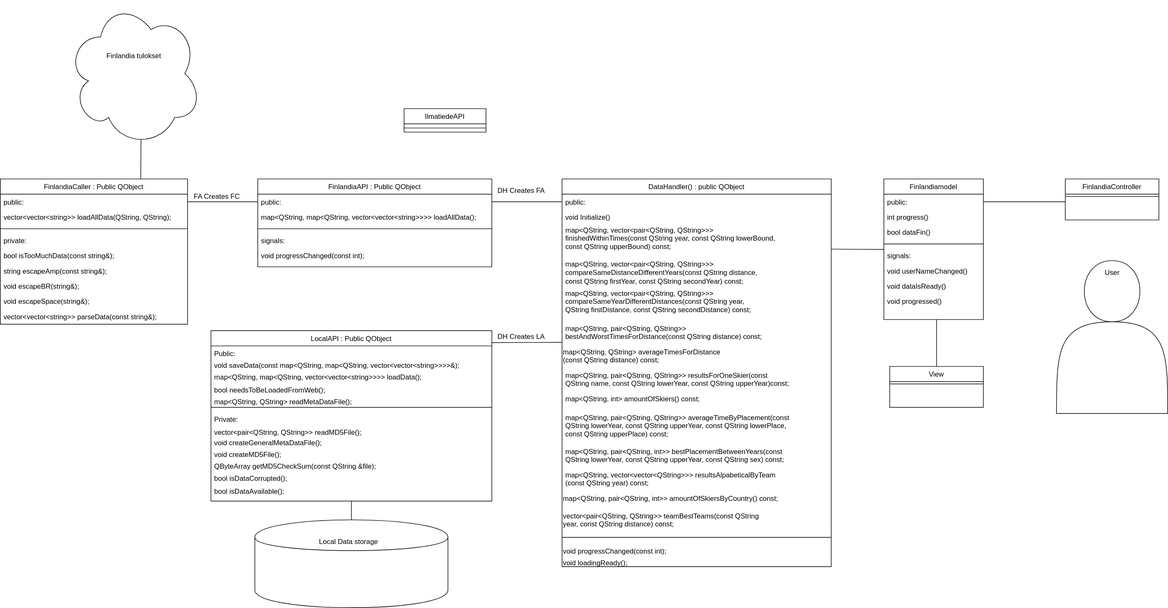
Before: Documentation/Finlandia.svg, a diagram exported from draw.io (vikidi/Finlandia-Hiihto-Visual). Source tidied: cells renumbered, new cells last; positions are measured from the earlier drawing's top-left corner, leaving out a move shared by most shapes.
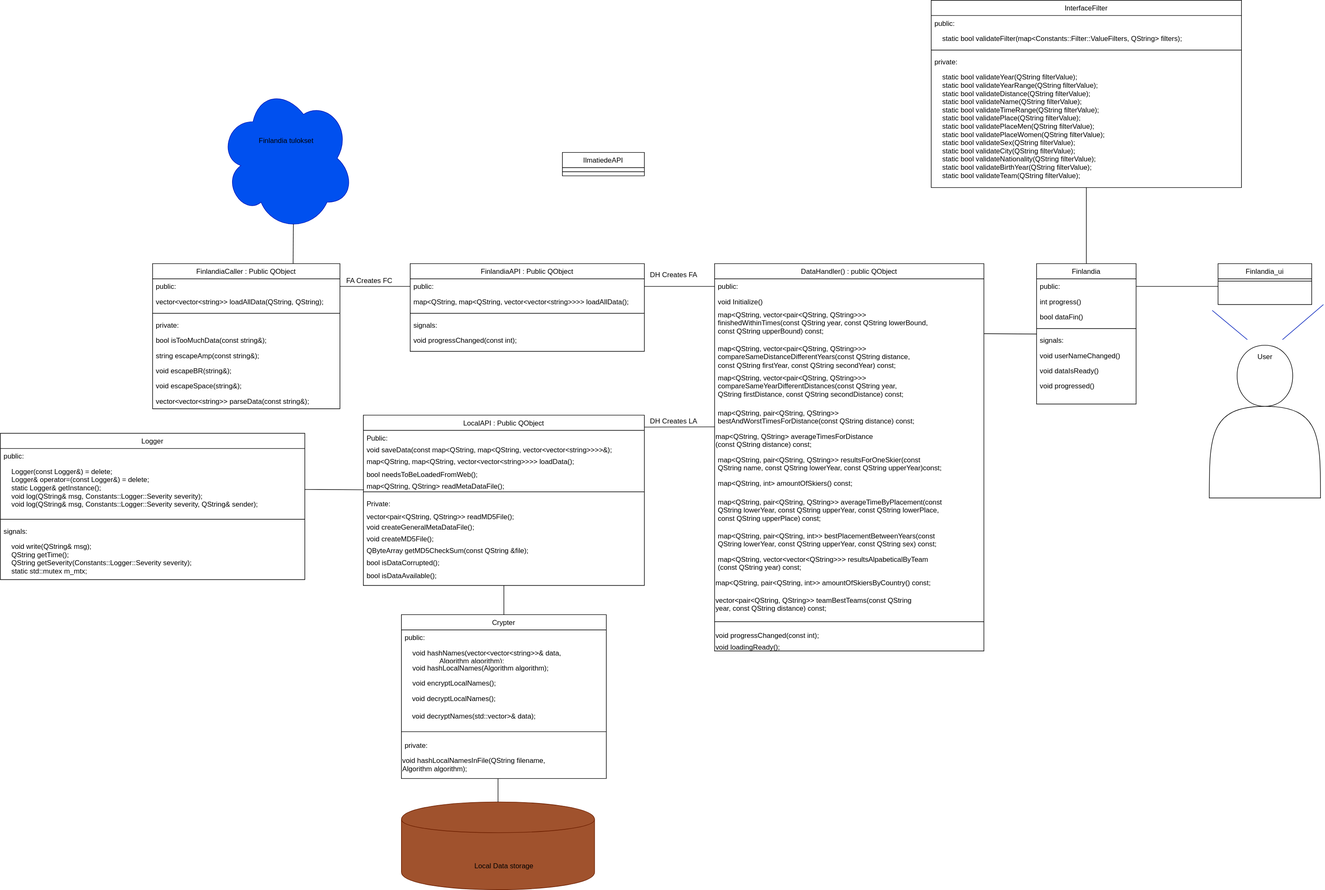
Above is the later version.

What changed in the source:
```diff
@@ -2,7 +2,7 @@
   <root>
     <mxCell id="0" />
     <mxCell id="1" parent="0" />
-    <mxCell id="2" value="Finlandiamodel" style="swimlane;fontStyle=0;align=center;verticalAlign=top;horizontal=1;startSize=26;rounded=0;shadow=0;strokeWidth=1;" parent="1" vertex="1">
+    <mxCell id="2" value="Finlandia" style="swimlane;fontStyle=0;align=center;verticalAlign=top;horizontal=1;startSize=26;rounded=0;shadow=0;strokeWidth=1;" parent="1" vertex="1">
       <mxGeometry x="1510" y="305" width="170" height="240" as="geometry" />
     </mxCell>
     <mxCell id="3" value="public:" style="text;align=left;verticalAlign=top;spacingLeft=4;spacingRight=4;overflow=hidden;points=[[0,0.5],[1,0.5]];portConstraint=eastwest;" parent="2" vertex="1">
@@ -71,7 +71,7 @@
     <mxCell id="24" value="    bool isDataAvailable();" style="text;align=left;verticalAlign=top;spacingLeft=4;spacingRight=4;overflow=hidden;" parent="11" vertex="1">
       <mxGeometry y="261" width="480" height="23" as="geometry" />
     </mxCell>
-    <mxCell id="25" value="FinlandiaController" style="swimlane;fontStyle=0;align=center;verticalAlign=top;horizontal=1;startSize=26;rounded=0;shadow=0;strokeWidth=1;" parent="1" vertex="1">
+    <mxCell id="25" value="Finlandia_ui" style="swimlane;fontStyle=0;align=center;verticalAlign=top;horizontal=1;startSize=26;rounded=0;shadow=0;strokeWidth=1;" parent="1" vertex="1">
       <mxGeometry x="1820" y="305" width="160" height="70" as="geometry" />
     </mxCell>
     <mxCell id="26" style="line;html=1;strokeWidth=1;align=left;verticalAlign=middle;spacingTop=-1;spacingLeft=3;spacingRight=3;labelPosition=right;" parent="25" vertex="1">
@@ -131,11 +131,11 @@
     <mxCell id="44" value="void loadingReady();" style="text;html=1;" parent="27" vertex="1">
       <mxGeometry y="642" width="460" height="20" as="geometry" />
     </mxCell>
-    <mxCell id="45" style="shape=cylinder;whiteSpace=wrap;html=1;boundedLbl=1;backgroundOutline=1;" parent="1" vertex="1">
-      <mxGeometry x="435" y="887" width="330" height="150" as="geometry" />
+    <mxCell id="45" style="shape=cylinder;whiteSpace=wrap;html=1;boundedLbl=1;backgroundOutline=1;fillColor=#a0522d;strokeColor=#6D1F00;fontColor=#ffffff;" parent="1" vertex="1">
+      <mxGeometry x="425" y="1225" width="330" height="150" as="geometry" />
     </mxCell>
     <mxCell id="46" value="Local Data storage" style="text;html=1;align=center;verticalAlign=middle;" parent="1" vertex="1">
-      <mxGeometry x="535" y="915" width="120" height="20" as="geometry" />
+      <mxGeometry x="540" y="1325" width="120" height="20" as="geometry" />
     </mxCell>
     <mxCell id="47" value="FinlandiaAPI : Public QObject" style="swimlane;fontStyle=0;align=center;verticalAlign=top;horizontal=1;startSize=26;rounded=0;shadow=0;strokeWidth=1;" parent="1" vertex="1">
       <mxGeometry x="440" y="305" width="400" height="150" as="geometry" />
@@ -185,13 +185,7 @@
     <mxCell id="62" value="    vector&lt;vector&lt;string&gt;&gt; parseData(const string&amp;);" style="text;align=left;verticalAlign=top;spacingLeft=4;spacingRight=4;overflow=hidden;rounded=0;shadow=0;html=0;" parent="53" vertex="1">
       <mxGeometry y="222" width="320" height="26" as="geometry" />
     </mxCell>
-    <mxCell id="63" value="IlmatiedeAPI" style="swimlane;fontStyle=0;align=center;verticalAlign=top;horizontal=1;startSize=26;rounded=0;shadow=0;strokeWidth=1;" parent="1" vertex="1">
-      <mxGeometry x="690" y="185" width="140" height="40" as="geometry" />
-    </mxCell>
-    <mxCell id="64" style="line;html=1;strokeWidth=1;align=left;verticalAlign=middle;spacingTop=-1;spacingLeft=3;spacingRight=3;labelPosition=right;" parent="63" vertex="1">
-      <mxGeometry y="26" width="140" height="14" as="geometry" />
-    </mxCell>
-    <mxCell id="65" style="endArrow=none;html=1;entryX=0.5;entryY=0;entryDx=0;entryDy=0;exitX=0.5;exitY=1;exitDx=0;exitDy=0;" parent="1" edge="1" source="11" target="45">
+    <mxCell id="65" style="endArrow=none;html=1;exitX=0.5;exitY=1;exitDx=0;exitDy=0;entryX=0.5;entryY=0;entryDx=0;entryDy=0;" parent="1" edge="1" source="11" target="82">
       <mxGeometry relative="1" as="geometry" />
     </mxCell>
     <mxCell id="66" style="endArrow=none;html=1;entryX=0;entryY=0.5;entryDx=0;entryDy=0;exitX=1;exitY=0.5;exitDx=0;exitDy=0;" parent="1" edge="1" source="48" target="28">
@@ -214,7 +208,7 @@
     <mxCell id="71" value="FA Creates FC" style="text;html=1;align=center;verticalAlign=middle;" parent="1" vertex="1">
       <mxGeometry x="325" y="325" width="90" height="20" as="geometry" />
     </mxCell>
-    <mxCell id="72" style="ellipse;shape=cloud;whiteSpace=wrap;html=1;" parent="1" vertex="1">
+    <mxCell id="72" style="ellipse;shape=cloud;whiteSpace=wrap;html=1;fillColor=#0050ef;strokeColor=#001DBC;fontColor=#ffffff;" parent="1" vertex="1">
       <mxGeometry x="114" width="230" height="250" as="geometry" />
     </mxCell>
     <mxCell id="73" value="Finlandia tulokset" style="text;html=1;align=center;verticalAlign=middle;" parent="1" vertex="1">
@@ -230,17 +224,6 @@
         <mxPoint x="1420.5" y="424.8" as="sourcePoint" />
       </mxGeometry>
     </mxCell>
-    <mxCell id="76" style="endArrow=none;html=1;exitX=0.5;exitY=0;exitDx=0;exitDy=0;" parent="1" edge="1" source="77">
-      <mxGeometry relative="1" as="geometry">
-        <mxPoint x="1600" y="545" as="targetPoint" />
-      </mxGeometry>
-    </mxCell>
-    <mxCell id="77" value="View" style="swimlane;fontStyle=0;align=center;verticalAlign=top;horizontal=1;startSize=26;rounded=0;shadow=0;strokeWidth=1;" parent="1" vertex="1">
-      <mxGeometry x="1520" y="625" width="160" height="70" as="geometry" />
-    </mxCell>
-    <mxCell id="78" style="line;html=1;strokeWidth=1;align=left;verticalAlign=middle;spacingTop=-1;spacingLeft=3;spacingRight=3;labelPosition=right;" parent="77" vertex="1">
-      <mxGeometry y="26" width="160" height="8" as="geometry" />
-    </mxCell>
     <mxCell id="79" style="shape=actor;whiteSpace=wrap;html=1;" parent="1" vertex="1">
       <mxGeometry x="1805" y="444.5" width="190" height="261" as="geometry" />
     </mxCell>
@@ -252,5 +235,100 @@
         <mxPoint x="1820" y="344" as="targetPoint" />
       </mxGeometry>
     </mxCell>
+    <mxCell id="82" value="Crypter " style="swimlane;fontStyle=0;align=center;verticalAlign=top;horizontal=1;startSize=26;rounded=0;shadow=0;strokeWidth=1;" parent="1" vertex="1">
+      <mxGeometry x="425" y="905" width="350" height="280" as="geometry" />
+    </mxCell>
+    <mxCell id="83" value="public:" style="text;align=left;verticalAlign=top;spacingLeft=4;spacingRight=4;overflow=hidden;" parent="82" vertex="1">
+      <mxGeometry y="26" width="350" height="26" as="geometry" />
+    </mxCell>
+    <mxCell id="84" value="    void hashNames(vector&lt;vector&lt;string&gt;&gt;&amp; data,&#10;                  Algorithm algorithm);&#10;" style="text;align=left;verticalAlign=top;spacingLeft=4;spacingRight=4;overflow=hidden;rounded=0;shadow=0;html=0;" parent="82" vertex="1">
+      <mxGeometry y="52" width="350" height="26" as="geometry" />
+    </mxCell>
+    <mxCell id="85" value="    void hashLocalNames(Algorithm algorithm);&#10;" style="text;align=left;verticalAlign=top;spacingLeft=4;spacingRight=4;overflow=hidden;rounded=0;shadow=0;html=0;" parent="82" vertex="1">
+      <mxGeometry y="78" width="350" height="26" as="geometry" />
+    </mxCell>
+    <mxCell id="86" value="    void encryptLocalNames();&#10;&#10;" style="text;align=left;verticalAlign=top;spacingLeft=4;spacingRight=4;overflow=hidden;rounded=0;shadow=0;html=0;" parent="82" vertex="1">
+      <mxGeometry y="104" width="350" height="26" as="geometry" />
+    </mxCell>
+    <mxCell id="87" value="&amp;nbsp;&amp;nbsp;&amp;nbsp;&amp;nbsp; void decryptLocalNames();" style="text;html=1;" parent="82" vertex="1">
+      <mxGeometry y="130" width="350" height="30" as="geometry" />
+    </mxCell>
+    <mxCell id="88" value="&amp;nbsp;&amp;nbsp;&amp;nbsp;&amp;nbsp; void decryptNames(std::vector&amp;gt;&amp;amp; data);" style="text;html=1;" parent="82" vertex="1">
+      <mxGeometry y="160" width="350" height="30" as="geometry" />
+    </mxCell>
+    <mxCell id="89" style="line;html=1;strokeWidth=1;align=left;verticalAlign=middle;spacingTop=-1;spacingLeft=3;spacingRight=3;labelPosition=right;" parent="82" vertex="1">
+      <mxGeometry y="190" width="350" height="20" as="geometry" />
+    </mxCell>
+    <mxCell id="90" value="private:" style="text;align=left;verticalAlign=top;spacingLeft=4;spacingRight=4;overflow=hidden;" parent="82" vertex="1">
+      <mxGeometry y="210" width="350" height="26" as="geometry" />
+    </mxCell>
+    <mxCell id="91" value="&lt;div&gt;void hashLocalNamesInFile(QString filename, &lt;br&gt;&lt;/div&gt;&lt;div&gt;Algorithm algorithm);&lt;/div&gt;" style="text;html=1;" parent="82" vertex="1">
+      <mxGeometry y="236" width="350" height="30" as="geometry" />
+    </mxCell>
+    <mxCell id="92" style="endArrow=none;html=1;" parent="1" edge="1" source="45">
+      <mxGeometry relative="1" as="geometry">
+        <mxPoint x="590" y="1185" as="targetPoint" />
+      </mxGeometry>
+    </mxCell>
+    <mxCell id="93" style="endArrow=none;html=1;entryX=0.5;entryY=0;entryDx=0;entryDy=0;exitX=0.5;exitY=1;exitDx=0;exitDy=0;" parent="1" edge="1" source="94" target="2">
+      <mxGeometry relative="1" as="geometry" />
+    </mxCell>
+    <mxCell id="94" value="InterfaceFilter" style="swimlane;fontStyle=0;align=center;verticalAlign=top;horizontal=1;startSize=26;rounded=0;shadow=0;strokeWidth=1;" parent="1" vertex="1">
+      <mxGeometry x="1330" y="-145" width="530" height="320" as="geometry" />
+    </mxCell>
+    <mxCell id="95" value="public:" style="text;align=left;verticalAlign=top;spacingLeft=4;spacingRight=4;overflow=hidden;" parent="94" vertex="1">
+      <mxGeometry y="26" width="530" height="26" as="geometry" />
+    </mxCell>
+    <mxCell id="96" value="    static bool validateFilter(map&lt;Constants::Filter::ValueFilters, QString&gt; filters);&#10;" style="text;align=left;verticalAlign=top;spacingLeft=4;spacingRight=4;overflow=hidden;rounded=0;shadow=0;html=0;" parent="94" vertex="1">
+      <mxGeometry y="52" width="530" height="26" as="geometry" />
+    </mxCell>
+    <mxCell id="97" style="line;html=1;strokeWidth=1;align=left;verticalAlign=middle;spacingTop=-1;spacingLeft=3;spacingRight=3;labelPosition=right;" parent="94" vertex="1">
+      <mxGeometry y="78" width="530" height="14" as="geometry" />
+    </mxCell>
+    <mxCell id="98" value="private:" style="text;align=left;verticalAlign=top;spacingLeft=4;spacingRight=4;overflow=hidden;rounded=0;shadow=0;html=0;" parent="94" vertex="1">
+      <mxGeometry y="92" width="530" height="26" as="geometry" />
+    </mxCell>
+    <mxCell id="99" value="    static bool validateYear(QString filterValue);&#10;    static bool validateYearRange(QString filterValue);&#10;    static bool validateDistance(QString filterValue);&#10;    static bool validateName(QString filterValue);&#10;    static bool validateTimeRange(QString filterValue);&#10;    static bool validatePlace(QString filterValue);&#10;    static bool validatePlaceMen(QString filterValue);&#10;    static bool validatePlaceWomen(QString filterValue);&#10;    static bool validateSex(QString filterValue);&#10;    static bool validateCity(QString filterValue);&#10;    static bool validateNationality(QString filterValue);&#10;    static bool validateBirthYear(QString filterValue);&#10;    static bool validateTeam(QString filterValue);&#10;" style="text;align=left;verticalAlign=top;spacingLeft=4;spacingRight=4;overflow=hidden;" parent="94" vertex="1">
+      <mxGeometry y="118" width="530" height="192" as="geometry" />
+    </mxCell>
+    <mxCell id="100" style="endArrow=none;html=1;entryX=0.002;entryY=1.221;entryDx=0;entryDy=0;entryPerimeter=0;exitX=1;exitY=0.5;exitDx=0;exitDy=0;" parent="1" edge="1" source="103" target="16">
+      <mxGeometry relative="1" as="geometry" />
+    </mxCell>
+    <mxCell id="101" value="Logger" style="swimlane;fontStyle=0;align=center;verticalAlign=top;horizontal=1;startSize=26;rounded=0;shadow=0;strokeWidth=1;" parent="1" vertex="1">
+      <mxGeometry x="-260" y="595" width="520" height="250" as="geometry" />
+    </mxCell>
+    <mxCell id="102" value="public:" style="text;align=left;verticalAlign=top;spacingLeft=4;spacingRight=4;overflow=hidden;" parent="101" vertex="1">
+      <mxGeometry y="26" width="520" height="26" as="geometry" />
+    </mxCell>
+    <mxCell id="103" value="    Logger(const Logger&amp;) = delete;&#10;    Logger&amp; operator=(const Logger&amp;) = delete;&#10;    static Logger&amp; getInstance();&#10;    void log(QString&amp; msg, Constants::Logger::Severity severity);&#10;    void log(QString&amp; msg, Constants::Logger::Severity severity, QString&amp; sender);&#10;&#10;&#10;" style="text;align=left;verticalAlign=top;spacingLeft=4;spacingRight=4;overflow=hidden;points=[[0,0.5],[1,0.5]];portConstraint=eastwest;rounded=0;shadow=0;html=0;" parent="101" vertex="1">
+      <mxGeometry y="52" width="520" height="88" as="geometry" />
+    </mxCell>
+    <mxCell id="104" style="line;html=1;strokeWidth=1;align=left;verticalAlign=middle;spacingTop=-1;spacingLeft=3;spacingRight=3;labelPosition=right;" parent="101" vertex="1">
+      <mxGeometry y="140" width="520" height="14" as="geometry" />
+    </mxCell>
+    <mxCell id="105" value="signals:" style="text;align=left;verticalAlign=top;spacingLeft=4;spacingRight=4;overflow=hidden;rounded=0;shadow=0;html=0;" parent="101" vertex="1">
+      <mxGeometry y="154" width="520" height="26" as="geometry" />
+    </mxCell>
+    <mxCell id="106" value="    void write(QString&amp; msg);&#10;    QString getTime();&#10;    QString getSeverity(Constants::Logger::Severity severity);&#10;    static std::mutex m_mtx;&#10;&#10;&#10;" style="text;align=left;verticalAlign=top;spacingLeft=4;spacingRight=4;overflow=hidden;" parent="101" vertex="1">
+      <mxGeometry y="180" width="520" height="70" as="geometry" />
+    </mxCell>
+    <mxCell id="107" style="endArrow=none;html=1;fillColor=#0050ef;strokeColor=#001DBC;" parent="1" edge="1">
+      <mxGeometry relative="1" as="geometry">
+        <mxPoint x="1930" y="435" as="sourcePoint" />
+        <mxPoint x="2000" y="375" as="targetPoint" />
+      </mxGeometry>
+    </mxCell>
+    <mxCell id="108" style="endArrow=none;html=1;fillColor=#0050ef;strokeColor=#001DBC;" parent="1" edge="1">
+      <mxGeometry relative="1" as="geometry">
+        <mxPoint x="1870" y="435" as="sourcePoint" />
+        <mxPoint x="1810" y="385" as="targetPoint" />
+      </mxGeometry>
+    </mxCell>
+    <mxCell id="63" value="IlmatiedeAPI" style="swimlane;fontStyle=0;align=center;verticalAlign=top;horizontal=1;startSize=26;rounded=0;shadow=0;strokeWidth=1;" parent="1" vertex="1">
+      <mxGeometry x="700" y="115" width="140" height="40" as="geometry" />
+    </mxCell>
+    <mxCell id="64" style="line;html=1;strokeWidth=1;align=left;verticalAlign=middle;spacingTop=-1;spacingLeft=3;spacingRight=3;labelPosition=right;" parent="63" vertex="1">
+      <mxGeometry y="26" width="140" height="14" as="geometry" />
+    </mxCell>
   </root>
 </mxGraphModel>
```
